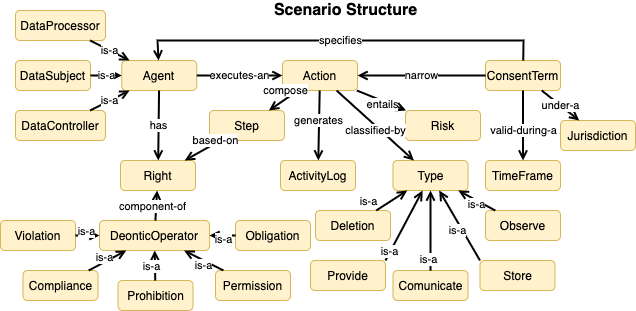
Above: img/Scenario_Structure.png in phalves/GoDReP (draw.io), before the change. Source tidied: cells renumbered, new cells last; positions are measured from the earlier drawing's top-left corner, leaving out a move shared by most shapes.
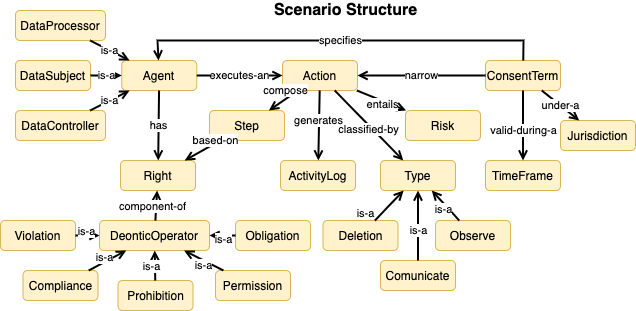
The same diagram one commit later.

Commit message:
Adding the Deontic Operator in the activity log.

The edit, as a diff of the source:
```diff
@@ -116,7 +116,7 @@
       </mxGeometry>
     </mxCell>
     <mxCell id="38" value="Type" style="rounded=1;whiteSpace=wrap;html=1;fillColor=#fff2cc;strokeColor=#d6b656;" parent="1" vertex="1">
-      <mxGeometry x="392.5" y="160" width="75" height="30" as="geometry" />
+      <mxGeometry x="380" y="160" width="75" height="30" as="geometry" />
     </mxCell>
     <mxCell id="39" value="classified-by" style="edgeStyle=none;rounded=0;jettySize=auto;html=1;endArrow=open;endFill=0;strokeWidth=2;" parent="1" edge="1" source="2" target="38">
       <mxGeometry x="0.07" y="-4" relative="1" as="geometry">
@@ -124,42 +124,30 @@
       </mxGeometry>
     </mxCell>
     <mxCell id="40" value="Deletion" style="rounded=1;whiteSpace=wrap;html=1;fillColor=#fff2cc;strokeColor=#d6b656;" parent="1" vertex="1">
-      <mxGeometry x="315" y="210" width="75" height="30" as="geometry" />
+      <mxGeometry x="322.5" y="220" width="75" height="30" as="geometry" />
     </mxCell>
     <mxCell id="41" value="Observe" style="rounded=1;whiteSpace=wrap;html=1;fillColor=#fff2cc;strokeColor=#d6b656;" parent="1" vertex="1">
-      <mxGeometry x="485" y="210" width="75" height="30" as="geometry" />
+      <mxGeometry x="435" y="220" width="75" height="30" as="geometry" />
     </mxCell>
-    <mxCell id="42" value="Store" style="rounded=1;whiteSpace=wrap;html=1;fillColor=#fff2cc;strokeColor=#d6b656;" parent="1" vertex="1">
-      <mxGeometry x="479.5" y="260" width="75" height="30" as="geometry" />
+    <mxCell id="42" value="Comunicate" style="rounded=1;whiteSpace=wrap;html=1;fillColor=#fff2cc;strokeColor=#d6b656;" parent="1" vertex="1">
+      <mxGeometry x="380" y="260" width="75" height="30" as="geometry" />
     </mxCell>
-    <mxCell id="43" value="Comunicate" style="rounded=1;whiteSpace=wrap;html=1;fillColor=#fff2cc;strokeColor=#d6b656;" parent="1" vertex="1">
-      <mxGeometry x="392.5" y="270" width="75" height="30" as="geometry" />
+    <mxCell id="43" value="is-a" style="edgeStyle=none;rounded=0;jettySize=auto;html=1;endArrow=open;endFill=0;strokeWidth=2;" parent="1" edge="1" source="40" target="38">
+      <mxGeometry x="-1" y="12" relative="1" as="geometry">
+        <mxPoint x="-1" y="1" as="offset" />
+      </mxGeometry>
     </mxCell>
-    <mxCell id="44" value="Provide" style="rounded=1;whiteSpace=wrap;html=1;fillColor=#fff2cc;strokeColor=#d6b656;" parent="1" vertex="1">
-      <mxGeometry x="310" y="260" width="75" height="30" as="geometry" />
+    <mxCell id="44" value="is-a" style="edgeStyle=none;rounded=0;jettySize=auto;html=1;endArrow=open;endFill=0;strokeWidth=2;" parent="1" edge="1" source="41" target="38">
+      <mxGeometry x="-0.08" y="4" relative="1" as="geometry" />
     </mxCell>
-    <mxCell id="45" value="is-a" style="edgeStyle=none;rounded=0;jettySize=auto;html=1;endArrow=open;endFill=0;strokeWidth=2;" parent="1" edge="1" source="40" target="38">
-      <mxGeometry x="-1" y="12" relative="1" as="geometry">
-        <mxPoint x="-1" y="1" as="offset" />
-      </mxGeometry>
+    <mxCell id="45" value="is-a" style="edgeStyle=none;rounded=0;jettySize=auto;html=1;endArrow=open;endFill=0;strokeWidth=2;exitX=0.5;exitY=0;exitDx=0;exitDy=0;" parent="1" edge="1" source="42" target="38">
+      <mxGeometry x="-0.14" relative="1" as="geometry" />
     </mxCell>
-    <mxCell id="46" value="is-a" style="edgeStyle=none;rounded=0;jettySize=auto;html=1;endArrow=open;endFill=0;strokeWidth=2;" parent="1" edge="1" source="41" target="38">
-      <mxGeometry x="-0.08" y="4" relative="1" as="geometry" />
+    <mxCell id="46" value="ActivityLog" style="rounded=1;whiteSpace=wrap;html=1;fillColor=#fff2cc;strokeColor=#d6b656;" parent="1" vertex="1">
+      <mxGeometry x="280" y="160" width="75" height="30" as="geometry" />
     </mxCell>
-    <mxCell id="47" value="is-a" style="edgeStyle=none;rounded=0;jettySize=auto;html=1;endArrow=open;endFill=0;strokeWidth=2;exitX=1;exitY=0;exitDx=0;exitDy=0;" parent="1" edge="1" source="44" target="38">
-      <mxGeometry x="-0.75" y="1" relative="1" as="geometry" />
+    <mxCell id="47" value="generates" style="edgeStyle=none;rounded=0;jettySize=auto;html=1;endArrow=open;endFill=0;strokeWidth=2;" parent="1" edge="1" source="2" target="46">
+      <mxGeometry x="-0.14" y="-1" relative="1" as="geometry" />
     </mxCell>
-    <mxCell id="48" value="is-a" style="edgeStyle=none;rounded=0;jettySize=auto;html=1;endArrow=open;endFill=0;strokeWidth=2;exitX=0;exitY=0;exitDx=0;exitDy=0;" parent="1" edge="1" source="42" target="38">
-      <mxGeometry x="-0.08" y="4" relative="1" as="geometry" />
-    </mxCell>
-    <mxCell id="49" value="is-a" style="edgeStyle=none;rounded=0;jettySize=auto;html=1;endArrow=open;endFill=0;strokeWidth=2;exitX=0.5;exitY=0;exitDx=0;exitDy=0;" parent="1" edge="1" source="43" target="38">
-      <mxGeometry x="-0.73" y="2" relative="1" as="geometry" />
-    </mxCell>
-    <mxCell id="50" value="ActivityLog" style="rounded=1;whiteSpace=wrap;html=1;fillColor=#fff2cc;strokeColor=#d6b656;" parent="1" vertex="1">
-      <mxGeometry x="280" y="160" width="75" height="30" as="geometry" />
-    </mxCell>
-    <mxCell id="51" value="generates" style="edgeStyle=none;rounded=0;jettySize=auto;html=1;endArrow=open;endFill=0;strokeWidth=2;" parent="1" edge="1" source="2" target="50">
-      <mxGeometry x="-0.14" y="-1" relative="1" as="geometry" />
-    </mxCell>
   </root>
 </mxGraphModel>
```
